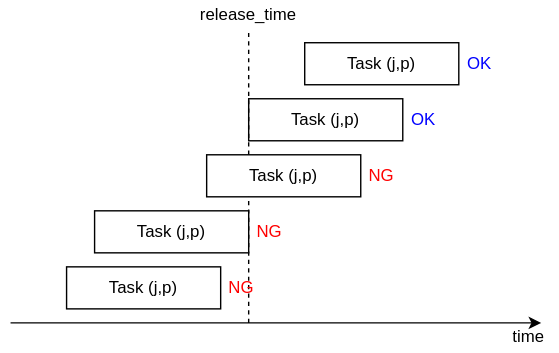
The draw.io diagram notebooks/ja/tutorials/figures/release_time.drawio.svg in fixstars/amplify-se-examples, before a commit. Source tidied: cells renumbered, new cells last; positions are measured from the earlier drawing's top-left corner, leaving out a move shared by most shapes.
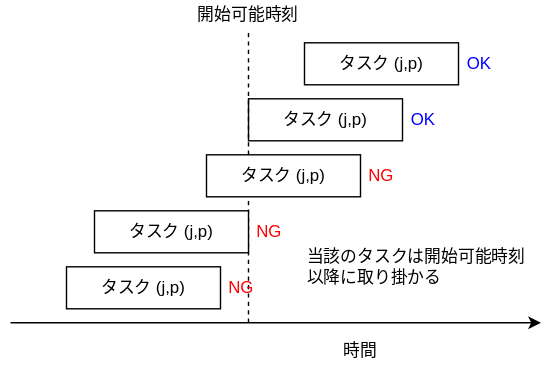
Above is the later version.

Diff of the diagram source:
```diff
@@ -2,7 +2,7 @@
   <root>
     <mxCell id="0" />
     <mxCell id="1" parent="0" />
-    <mxCell id="2" value="Task (j,p)" style="rounded=0;whiteSpace=wrap;html=1;" parent="1" vertex="1">
+    <mxCell id="2" value="タスク (j,p)" style="rounded=0;whiteSpace=wrap;html=1;" parent="1" vertex="1">
       <mxGeometry x="170" y="70" width="110" height="30" as="geometry" />
     </mxCell>
     <mxCell id="3" style="endArrow=none;dashed=1;html=1;entryX=0.5;entryY=1;entryDx=0;entryDy=0;" parent="1" edge="1" target="4">
@@ -10,7 +10,7 @@
         <mxPoint x="170" y="230" as="sourcePoint" />
       </mxGeometry>
     </mxCell>
-    <object id="4" label="release_time" name="Variable" placeholders="1">
+    <object id="4" label="開始可能時刻" name="Variable" placeholders="1">
       <mxCell style="text;html=1;strokeColor=none;fillColor=none;align=center;verticalAlign=middle;whiteSpace=wrap;overflow=hidden;" parent="1" vertex="1">
         <mxGeometry x="130" width="80" height="20" as="geometry" />
       </mxCell>
@@ -20,7 +20,7 @@
         <mxGeometry x="320" y="35" width="30" height="20" as="geometry" />
       </mxCell>
     </object>
-    <mxCell id="6" value="Task (j,p)" style="rounded=0;whiteSpace=wrap;html=1;" parent="1" vertex="1">
+    <mxCell id="6" value="タスク (j,p)" style="rounded=0;whiteSpace=wrap;html=1;" parent="1" vertex="1">
       <mxGeometry x="140" y="110" width="110" height="30" as="geometry" />
     </mxCell>
     <object id="7" label="NG" name="Variable" placeholders="1">
@@ -28,7 +28,7 @@
         <mxGeometry x="250" y="115" width="30" height="20" as="geometry" />
       </mxCell>
     </object>
-    <mxCell id="8" value="Task (j,p)" style="rounded=0;whiteSpace=wrap;html=1;" parent="1" vertex="1">
+    <mxCell id="8" value="タスク (j,p)" style="rounded=0;whiteSpace=wrap;html=1;" parent="1" vertex="1">
       <mxGeometry x="60" y="150" width="110" height="30" as="geometry" />
     </mxCell>
     <object id="9" label="NG" name="Variable" placeholders="1">
@@ -41,10 +41,10 @@
         <mxGeometry x="280" y="75" width="30" height="20" as="geometry" />
       </mxCell>
     </object>
-    <mxCell id="11" value="Task (j,p)" style="rounded=0;whiteSpace=wrap;html=1;" parent="1" vertex="1">
+    <mxCell id="11" value="タスク (j,p)" style="rounded=0;whiteSpace=wrap;html=1;" parent="1" vertex="1">
       <mxGeometry x="40" y="190" width="110" height="30" as="geometry" />
     </mxCell>
-    <mxCell id="12" value="Task (j,p)" style="rounded=0;whiteSpace=wrap;html=1;" parent="1" vertex="1">
+    <mxCell id="12" value="タスク (j,p)" style="rounded=0;whiteSpace=wrap;html=1;" parent="1" vertex="1">
       <mxGeometry x="210" y="30" width="110" height="30" as="geometry" />
     </mxCell>
     <object id="13" label="NG" name="Variable" placeholders="1">
@@ -58,10 +58,13 @@
         <mxPoint x="378.9" y="230" as="targetPoint" />
       </mxGeometry>
     </mxCell>
-    <object id="15" label="time" name="Variable" placeholders="1">
+    <object id="15" label="時間" name="Variable" placeholders="1">
       <mxCell style="text;html=1;strokeColor=none;fillColor=none;align=center;verticalAlign=middle;whiteSpace=wrap;overflow=hidden;" parent="1" vertex="1">
-        <mxGeometry x="350" y="230" width="40" height="20" as="geometry" />
+        <mxGeometry x="230" y="240" width="40" height="20" as="geometry" />
       </mxCell>
     </object>
+    <mxCell id="16" value="当該のタスクは開始可能時刻以降に取り掛かる" style="text;strokeColor=none;align=left;fillColor=none;html=1;verticalAlign=middle;whiteSpace=wrap;rounded=0;" parent="1" vertex="1">
+      <mxGeometry x="210" y="175" width="160" height="30" as="geometry" />
+    </mxCell>
   </root>
 </mxGraphModel>
```
